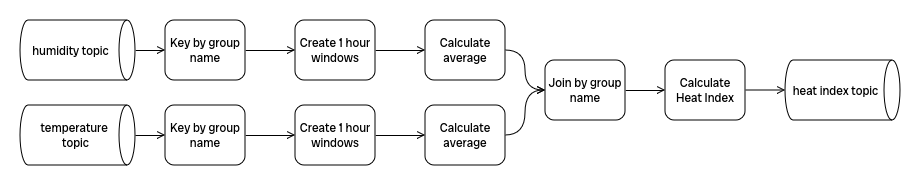
Before: images/specifica_tecnica/heat_index_flow.png, a diagram exported from draw.io (7Last/docs). Source tidied: cells renumbered, new cells last; positions are measured from the earlier drawing's top-left corner, leaving out a move shared by most shapes. Its diagram source:
```xml
<mxGraphModel>
  <root>
    <mxCell id="0" />
    <mxCell id="1" parent="0" />
    <mxCell id="2" style="edgeStyle=orthogonalEdgeStyle;rounded=0;jettySize=auto;html=1;entryX=0;entryY=0.5;entryDx=0;entryDy=0;endArrow=open;endFill=0;fontFamily=Radio Canada Big;fontSource=https%3A%2F%2Ffonts.googleapis.com%2Fcss%3Ffamily%3DRadio%2BCanada%2BBig;" parent="1" edge="1" target="6">
      <mxGeometry relative="1" as="geometry">
        <mxPoint x="115" y="58" as="sourcePoint" />
      </mxGeometry>
    </mxCell>
    <mxCell id="3" style="shape=cylinder3;whiteSpace=wrap;html=1;boundedLbl=1;backgroundOutline=1;size=8;rotation=90;fontFamily=Radio Canada Big;fontSource=https%3A%2F%2Ffonts.googleapis.com%2Fcss%3Ffamily%3DRadio%2BCanada%2BBig;" parent="1" vertex="1">
      <mxGeometry x="27.5" y="85.5" width="60" height="115" as="geometry" />
    </mxCell>
    <mxCell id="4" value="&lt;div&gt;temperature&amp;nbsp;&lt;/div&gt;&lt;div&gt;topic&lt;/div&gt;" style="text;html=1;align=center;verticalAlign=middle;strokeColor=none;fillColor=none;fontFamily=Radio Canada Big;fontSource=https%3A%2F%2Ffonts.googleapis.com%2Fcss%3Ffamily%3DRadio%2BCanada%2BBig;" parent="1" vertex="1">
      <mxGeometry x="10" y="123" width="90" height="40" as="geometry" />
    </mxCell>
    <mxCell id="5" style="edgeStyle=orthogonalEdgeStyle;shape=connector;rounded=0;jettySize=auto;html=1;exitX=1;exitY=0.5;exitDx=0;exitDy=0;strokeColor=default;align=center;verticalAlign=middle;fontFamily=Radio Canada Big;fontSize=11;fontColor=default;labelBackgroundColor=default;endArrow=open;endFill=0;fontSource=https%3A%2F%2Ffonts.googleapis.com%2Fcss%3Ffamily%3DRadio%2BCanada%2BBig;" parent="1" edge="1" source="6" target="11">
      <mxGeometry relative="1" as="geometry" />
    </mxCell>
    <mxCell id="6" value="Key by group name" style="rounded=1;whiteSpace=wrap;html=1;fontFamily=Radio Canada Big;fontSource=https%3A%2F%2Ffonts.googleapis.com%2Fcss%3Ffamily%3DRadio%2BCanada%2BBig;" parent="1" vertex="1">
      <mxGeometry x="145" y="28" width="80" height="60" as="geometry" />
    </mxCell>
    <mxCell id="7" style="edgeStyle=orthogonalEdgeStyle;rounded=0;jettySize=auto;html=1;entryX=0;entryY=0.5;entryDx=0;entryDy=0;exitX=0.5;exitY=0;exitDx=0;exitDy=0;exitPerimeter=0;endArrow=open;endFill=0;fontFamily=Radio Canada Big;fontSource=https%3A%2F%2Ffonts.googleapis.com%2Fcss%3Ffamily%3DRadio%2BCanada%2BBig;" parent="1" edge="1" source="3" target="9">
      <mxGeometry relative="1" as="geometry" />
    </mxCell>
    <mxCell id="8" style="edgeStyle=orthogonalEdgeStyle;shape=connector;rounded=0;jettySize=auto;html=1;exitX=1;exitY=0.5;exitDx=0;exitDy=0;entryX=0;entryY=0.5;entryDx=0;entryDy=0;strokeColor=default;align=center;verticalAlign=middle;fontFamily=Radio Canada Big;fontSize=11;fontColor=default;labelBackgroundColor=default;endArrow=open;endFill=0;fontSource=https%3A%2F%2Ffonts.googleapis.com%2Fcss%3Ffamily%3DRadio%2BCanada%2BBig;" parent="1" edge="1" source="9" target="13">
      <mxGeometry relative="1" as="geometry" />
    </mxCell>
    <mxCell id="9" value="Key by group name" style="rounded=1;whiteSpace=wrap;html=1;fontFamily=Radio Canada Big;fontSource=https%3A%2F%2Ffonts.googleapis.com%2Fcss%3Ffamily%3DRadio%2BCanada%2BBig;" parent="1" vertex="1">
      <mxGeometry x="145" y="113" width="80" height="60" as="geometry" />
    </mxCell>
    <mxCell id="10" style="edgeStyle=orthogonalEdgeStyle;shape=connector;rounded=0;jettySize=auto;html=1;exitX=1;exitY=0.5;exitDx=0;exitDy=0;entryX=0;entryY=0.5;entryDx=0;entryDy=0;strokeColor=default;align=center;verticalAlign=middle;fontFamily=Radio Canada Big;fontSize=11;fontColor=default;labelBackgroundColor=default;endArrow=open;endFill=0;fontSource=https%3A%2F%2Ffonts.googleapis.com%2Fcss%3Ffamily%3DRadio%2BCanada%2BBig;" parent="1" edge="1" source="11" target="15">
      <mxGeometry relative="1" as="geometry" />
    </mxCell>
    <mxCell id="11" value="Create 1 hour windows" style="rounded=1;whiteSpace=wrap;html=1;fontFamily=Radio Canada Big;fontSource=https%3A%2F%2Ffonts.googleapis.com%2Fcss%3Ffamily%3DRadio%2BCanada%2BBig;" parent="1" vertex="1">
      <mxGeometry x="275" y="28" width="80" height="60" as="geometry" />
    </mxCell>
    <mxCell id="12" style="edgeStyle=orthogonalEdgeStyle;shape=connector;rounded=0;jettySize=auto;html=1;exitX=1;exitY=0.5;exitDx=0;exitDy=0;entryX=0;entryY=0.5;entryDx=0;entryDy=0;strokeColor=default;align=center;verticalAlign=middle;fontFamily=Radio Canada Big;fontSize=11;fontColor=default;labelBackgroundColor=default;endArrow=open;endFill=0;fontSource=https%3A%2F%2Ffonts.googleapis.com%2Fcss%3Ffamily%3DRadio%2BCanada%2BBig;" parent="1" edge="1" source="13" target="17">
      <mxGeometry relative="1" as="geometry" />
    </mxCell>
    <mxCell id="13" value="Create 1 hour windows" style="rounded=1;whiteSpace=wrap;html=1;fontFamily=Radio Canada Big;fontSource=https%3A%2F%2Ffonts.googleapis.com%2Fcss%3Ffamily%3DRadio%2BCanada%2BBig;" parent="1" vertex="1">
      <mxGeometry x="275" y="113" width="80" height="60" as="geometry" />
    </mxCell>
    <mxCell id="14" style="edgeStyle=orthogonalEdgeStyle;shape=connector;rounded=0;jettySize=auto;html=1;exitX=1;exitY=0.5;exitDx=0;exitDy=0;entryX=0;entryY=0.5;entryDx=0;entryDy=0;strokeColor=default;align=center;verticalAlign=middle;fontFamily=Radio Canada Big;fontSize=11;fontColor=default;labelBackgroundColor=default;endArrow=open;endFill=0;curved=1;fontSource=https%3A%2F%2Ffonts.googleapis.com%2Fcss%3Ffamily%3DRadio%2BCanada%2BBig;" parent="1" edge="1" source="15" target="19">
      <mxGeometry relative="1" as="geometry" />
    </mxCell>
    <mxCell id="15" value="Calculate average" style="rounded=1;whiteSpace=wrap;html=1;fontFamily=Radio Canada Big;fontSource=https%3A%2F%2Ffonts.googleapis.com%2Fcss%3Ffamily%3DRadio%2BCanada%2BBig;" parent="1" vertex="1">
      <mxGeometry x="405" y="28" width="80" height="60" as="geometry" />
    </mxCell>
    <mxCell id="16" style="edgeStyle=orthogonalEdgeStyle;shape=connector;rounded=0;jettySize=auto;html=1;exitX=1;exitY=0.5;exitDx=0;exitDy=0;entryX=0;entryY=0.5;entryDx=0;entryDy=0;strokeColor=default;align=center;verticalAlign=middle;fontFamily=Radio Canada Big;fontSize=11;fontColor=default;labelBackgroundColor=default;endArrow=open;endFill=0;curved=1;fontSource=https%3A%2F%2Ffonts.googleapis.com%2Fcss%3Ffamily%3DRadio%2BCanada%2BBig;" parent="1" edge="1" source="17" target="19">
      <mxGeometry relative="1" as="geometry" />
    </mxCell>
    <mxCell id="17" value="Calculate average" style="rounded=1;whiteSpace=wrap;html=1;fontFamily=Radio Canada Big;fontSource=https%3A%2F%2Ffonts.googleapis.com%2Fcss%3Ffamily%3DRadio%2BCanada%2BBig;" parent="1" vertex="1">
      <mxGeometry x="405" y="113" width="80" height="60" as="geometry" />
    </mxCell>
    <mxCell id="18" style="edgeStyle=orthogonalEdgeStyle;shape=connector;rounded=0;jettySize=auto;html=1;exitX=1;exitY=0.5;exitDx=0;exitDy=0;entryX=0;entryY=0.5;entryDx=0;entryDy=0;strokeColor=default;align=center;verticalAlign=middle;fontFamily=Radio Canada Big;fontSize=11;fontColor=default;labelBackgroundColor=default;endArrow=open;endFill=0;fontSource=https%3A%2F%2Ffonts.googleapis.com%2Fcss%3Ffamily%3DRadio%2BCanada%2BBig;" parent="1" edge="1" source="19" target="21">
      <mxGeometry relative="1" as="geometry" />
    </mxCell>
    <mxCell id="19" value="Join by group name" style="rounded=1;whiteSpace=wrap;html=1;fontFamily=Radio Canada Big;fontSource=https%3A%2F%2Ffonts.googleapis.com%2Fcss%3Ffamily%3DRadio%2BCanada%2BBig;" parent="1" vertex="1">
      <mxGeometry x="525" y="68" width="80" height="60" as="geometry" />
    </mxCell>
    <mxCell id="20" style="edgeStyle=orthogonalEdgeStyle;shape=connector;rounded=0;jettySize=auto;html=1;exitX=1;exitY=0.5;exitDx=0;exitDy=0;entryX=0;entryY=0.5;entryDx=0;entryDy=0;strokeColor=default;align=center;verticalAlign=middle;fontFamily=Radio Canada Big;fontSize=11;fontColor=default;labelBackgroundColor=default;endArrow=open;endFill=0;fontSource=https%3A%2F%2Ffonts.googleapis.com%2Fcss%3Ffamily%3DRadio%2BCanada%2BBig;" parent="1" edge="1" source="21">
      <mxGeometry relative="1" as="geometry">
        <mxPoint x="765" y="98" as="targetPoint" />
      </mxGeometry>
    </mxCell>
    <mxCell id="21" value="Calculate Heat Index" style="rounded=1;whiteSpace=wrap;html=1;fontFamily=Radio Canada Big;fontSource=https%3A%2F%2Ffonts.googleapis.com%2Fcss%3Ffamily%3DRadio%2BCanada%2BBig;" parent="1" vertex="1">
      <mxGeometry x="645" y="68" width="80" height="60" as="geometry" />
    </mxCell>
    <mxCell id="22" style="shape=cylinder3;whiteSpace=wrap;html=1;boundedLbl=1;backgroundOutline=1;size=8;rotation=90;fontFamily=Radio Canada Big;fontSource=https%3A%2F%2Ffonts.googleapis.com%2Fcss%3Ffamily%3DRadio%2BCanada%2BBig;" parent="1" vertex="1">
      <mxGeometry x="27.5" y="0.5" width="60" height="115" as="geometry" />
    </mxCell>
    <mxCell id="23" value="humidity topic" style="text;html=1;align=center;verticalAlign=middle;strokeColor=none;fillColor=none;fontFamily=Radio Canada Big;fontSource=https%3A%2F%2Ffonts.googleapis.com%2Fcss%3Ffamily%3DRadio%2BCanada%2BBig;" parent="1" vertex="1">
      <mxGeometry y="43" width="100" height="30" as="geometry" />
    </mxCell>
    <mxCell id="24" style="shape=cylinder3;whiteSpace=wrap;html=1;boundedLbl=1;backgroundOutline=1;size=8;rotation=90;fontFamily=Radio Canada Big;fontSource=https%3A%2F%2Ffonts.googleapis.com%2Fcss%3Ffamily%3DRadio%2BCanada%2BBig;" parent="1" vertex="1">
      <mxGeometry x="792.5" y="40.5" width="60" height="115" as="geometry" />
    </mxCell>
    <mxCell id="25" value="heat index topic" style="text;html=1;align=center;verticalAlign=middle;strokeColor=none;fillColor=none;fontFamily=Radio Canada Big;fontSource=https%3A%2F%2Ffonts.googleapis.com%2Fcss%3Ffamily%3DRadio%2BCanada%2BBig;" parent="1" vertex="1">
      <mxGeometry x="760" y="83" width="110" height="30" as="geometry" />
    </mxCell>
  </root>
</mxGraphModel>
```
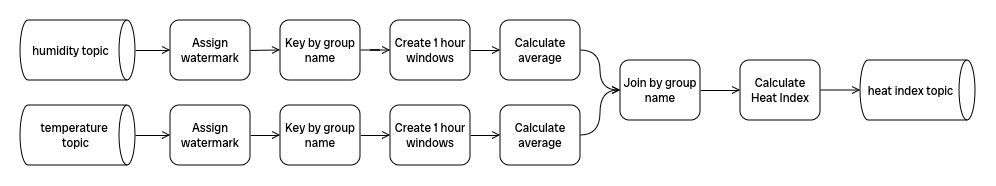
Later version of the same file.

Change to the diagram source:
```diff
@@ -8,37 +8,37 @@
       </mxGeometry>
     </mxCell>
     <mxCell id="3" style="shape=cylinder3;whiteSpace=wrap;html=1;boundedLbl=1;backgroundOutline=1;size=8;rotation=90;fontFamily=Radio Canada Big;fontSource=https%3A%2F%2Ffonts.googleapis.com%2Fcss%3Ffamily%3DRadio%2BCanada%2BBig;" parent="1" vertex="1">
-      <mxGeometry x="27.5" y="85.5" width="60" height="115" as="geometry" />
+      <mxGeometry x="-47.5" y="85.5" width="60" height="115" as="geometry" />
     </mxCell>
     <mxCell id="4" value="&lt;div&gt;temperature&amp;nbsp;&lt;/div&gt;&lt;div&gt;topic&lt;/div&gt;" style="text;html=1;align=center;verticalAlign=middle;strokeColor=none;fillColor=none;fontFamily=Radio Canada Big;fontSource=https%3A%2F%2Ffonts.googleapis.com%2Fcss%3Ffamily%3DRadio%2BCanada%2BBig;" parent="1" vertex="1">
-      <mxGeometry x="10" y="123" width="90" height="40" as="geometry" />
+      <mxGeometry x="-65" y="123" width="90" height="40" as="geometry" />
     </mxCell>
     <mxCell id="5" style="edgeStyle=orthogonalEdgeStyle;shape=connector;rounded=0;jettySize=auto;html=1;exitX=1;exitY=0.5;exitDx=0;exitDy=0;strokeColor=default;align=center;verticalAlign=middle;fontFamily=Radio Canada Big;fontSize=11;fontColor=default;labelBackgroundColor=default;endArrow=open;endFill=0;fontSource=https%3A%2F%2Ffonts.googleapis.com%2Fcss%3Ffamily%3DRadio%2BCanada%2BBig;" parent="1" edge="1" source="6" target="11">
       <mxGeometry relative="1" as="geometry" />
     </mxCell>
     <mxCell id="6" value="Key by group name" style="rounded=1;whiteSpace=wrap;html=1;fontFamily=Radio Canada Big;fontSource=https%3A%2F%2Ffonts.googleapis.com%2Fcss%3Ffamily%3DRadio%2BCanada%2BBig;" parent="1" vertex="1">
-      <mxGeometry x="145" y="28" width="80" height="60" as="geometry" />
+      <mxGeometry x="185" y="28" width="80" height="60" as="geometry" />
     </mxCell>
-    <mxCell id="7" style="edgeStyle=orthogonalEdgeStyle;rounded=0;jettySize=auto;html=1;entryX=0;entryY=0.5;entryDx=0;entryDy=0;exitX=0.5;exitY=0;exitDx=0;exitDy=0;exitPerimeter=0;endArrow=open;endFill=0;fontFamily=Radio Canada Big;fontSource=https%3A%2F%2Ffonts.googleapis.com%2Fcss%3Ffamily%3DRadio%2BCanada%2BBig;" parent="1" edge="1" source="3" target="9">
+    <mxCell id="7" style="edgeStyle=orthogonalEdgeStyle;rounded=0;jettySize=auto;html=1;entryX=0;entryY=0.5;entryDx=0;entryDy=0;exitX=0.5;exitY=0;exitDx=0;exitDy=0;exitPerimeter=0;endArrow=open;endFill=0;fontFamily=Radio Canada Big;fontSource=https%3A%2F%2Ffonts.googleapis.com%2Fcss%3Ffamily%3DRadio%2BCanada%2BBig;" parent="1" edge="1" source="3" target="29">
       <mxGeometry relative="1" as="geometry" />
     </mxCell>
     <mxCell id="8" style="edgeStyle=orthogonalEdgeStyle;shape=connector;rounded=0;jettySize=auto;html=1;exitX=1;exitY=0.5;exitDx=0;exitDy=0;entryX=0;entryY=0.5;entryDx=0;entryDy=0;strokeColor=default;align=center;verticalAlign=middle;fontFamily=Radio Canada Big;fontSize=11;fontColor=default;labelBackgroundColor=default;endArrow=open;endFill=0;fontSource=https%3A%2F%2Ffonts.googleapis.com%2Fcss%3Ffamily%3DRadio%2BCanada%2BBig;" parent="1" edge="1" source="9" target="13">
       <mxGeometry relative="1" as="geometry" />
     </mxCell>
     <mxCell id="9" value="Key by group name" style="rounded=1;whiteSpace=wrap;html=1;fontFamily=Radio Canada Big;fontSource=https%3A%2F%2Ffonts.googleapis.com%2Fcss%3Ffamily%3DRadio%2BCanada%2BBig;" parent="1" vertex="1">
-      <mxGeometry x="145" y="113" width="80" height="60" as="geometry" />
+      <mxGeometry x="185" y="113" width="80" height="60" as="geometry" />
     </mxCell>
     <mxCell id="10" style="edgeStyle=orthogonalEdgeStyle;shape=connector;rounded=0;jettySize=auto;html=1;exitX=1;exitY=0.5;exitDx=0;exitDy=0;entryX=0;entryY=0.5;entryDx=0;entryDy=0;strokeColor=default;align=center;verticalAlign=middle;fontFamily=Radio Canada Big;fontSize=11;fontColor=default;labelBackgroundColor=default;endArrow=open;endFill=0;fontSource=https%3A%2F%2Ffonts.googleapis.com%2Fcss%3Ffamily%3DRadio%2BCanada%2BBig;" parent="1" edge="1" source="11" target="15">
       <mxGeometry relative="1" as="geometry" />
     </mxCell>
     <mxCell id="11" value="Create 1 hour windows" style="rounded=1;whiteSpace=wrap;html=1;fontFamily=Radio Canada Big;fontSource=https%3A%2F%2Ffonts.googleapis.com%2Fcss%3Ffamily%3DRadio%2BCanada%2BBig;" parent="1" vertex="1">
-      <mxGeometry x="275" y="28" width="80" height="60" as="geometry" />
+      <mxGeometry x="295" y="28" width="80" height="60" as="geometry" />
     </mxCell>
     <mxCell id="12" style="edgeStyle=orthogonalEdgeStyle;shape=connector;rounded=0;jettySize=auto;html=1;exitX=1;exitY=0.5;exitDx=0;exitDy=0;entryX=0;entryY=0.5;entryDx=0;entryDy=0;strokeColor=default;align=center;verticalAlign=middle;fontFamily=Radio Canada Big;fontSize=11;fontColor=default;labelBackgroundColor=default;endArrow=open;endFill=0;fontSource=https%3A%2F%2Ffonts.googleapis.com%2Fcss%3Ffamily%3DRadio%2BCanada%2BBig;" parent="1" edge="1" source="13" target="17">
       <mxGeometry relative="1" as="geometry" />
     </mxCell>
     <mxCell id="13" value="Create 1 hour windows" style="rounded=1;whiteSpace=wrap;html=1;fontFamily=Radio Canada Big;fontSource=https%3A%2F%2Ffonts.googleapis.com%2Fcss%3Ffamily%3DRadio%2BCanada%2BBig;" parent="1" vertex="1">
-      <mxGeometry x="275" y="113" width="80" height="60" as="geometry" />
+      <mxGeometry x="295" y="113" width="80" height="60" as="geometry" />
     </mxCell>
     <mxCell id="14" style="edgeStyle=orthogonalEdgeStyle;shape=connector;rounded=0;jettySize=auto;html=1;exitX=1;exitY=0.5;exitDx=0;exitDy=0;entryX=0;entryY=0.5;entryDx=0;entryDy=0;strokeColor=default;align=center;verticalAlign=middle;fontFamily=Radio Canada Big;fontSize=11;fontColor=default;labelBackgroundColor=default;endArrow=open;endFill=0;curved=1;fontSource=https%3A%2F%2Ffonts.googleapis.com%2Fcss%3Ffamily%3DRadio%2BCanada%2BBig;" parent="1" edge="1" source="15" target="19">
       <mxGeometry relative="1" as="geometry" />
@@ -66,11 +66,14 @@
     <mxCell id="21" value="Calculate Heat Index" style="rounded=1;whiteSpace=wrap;html=1;fontFamily=Radio Canada Big;fontSource=https%3A%2F%2Ffonts.googleapis.com%2Fcss%3Ffamily%3DRadio%2BCanada%2BBig;" parent="1" vertex="1">
       <mxGeometry x="645" y="68" width="80" height="60" as="geometry" />
     </mxCell>
+    <mxCell id="26" style="edgeStyle=orthogonalEdgeStyle;rounded=0;jettySize=auto;html=1;exitX=0.5;exitY=0;exitDx=0;exitDy=0;exitPerimeter=0;entryX=0;entryY=0.5;entryDx=0;entryDy=0;strokeColor=default;align=center;verticalAlign=middle;fontFamily=Radio Canada Big;fontSource=https%3A%2F%2Ffonts.googleapis.com%2Fcss%3Ffamily%3DRadio%2BCanada%2BBig;fontSize=11;fontColor=default;labelBackgroundColor=default;endArrow=open;endFill=0;" parent="1" edge="1" source="22" target="27">
+      <mxGeometry relative="1" as="geometry" />
+    </mxCell>
     <mxCell id="22" style="shape=cylinder3;whiteSpace=wrap;html=1;boundedLbl=1;backgroundOutline=1;size=8;rotation=90;fontFamily=Radio Canada Big;fontSource=https%3A%2F%2Ffonts.googleapis.com%2Fcss%3Ffamily%3DRadio%2BCanada%2BBig;" parent="1" vertex="1">
-      <mxGeometry x="27.5" y="0.5" width="60" height="115" as="geometry" />
+      <mxGeometry x="-47.5" y="0.5" width="60" height="115" as="geometry" />
     </mxCell>
     <mxCell id="23" value="humidity topic" style="text;html=1;align=center;verticalAlign=middle;strokeColor=none;fillColor=none;fontFamily=Radio Canada Big;fontSource=https%3A%2F%2Ffonts.googleapis.com%2Fcss%3Ffamily%3DRadio%2BCanada%2BBig;" parent="1" vertex="1">
-      <mxGeometry y="43" width="100" height="30" as="geometry" />
+      <mxGeometry x="-75" y="43" width="100" height="30" as="geometry" />
     </mxCell>
     <mxCell id="24" style="shape=cylinder3;whiteSpace=wrap;html=1;boundedLbl=1;backgroundOutline=1;size=8;rotation=90;fontFamily=Radio Canada Big;fontSource=https%3A%2F%2Ffonts.googleapis.com%2Fcss%3Ffamily%3DRadio%2BCanada%2BBig;" parent="1" vertex="1">
       <mxGeometry x="792.5" y="40.5" width="60" height="115" as="geometry" />
@@ -78,5 +81,14 @@
     <mxCell id="25" value="heat index topic" style="text;html=1;align=center;verticalAlign=middle;strokeColor=none;fillColor=none;fontFamily=Radio Canada Big;fontSource=https%3A%2F%2Ffonts.googleapis.com%2Fcss%3Ffamily%3DRadio%2BCanada%2BBig;" parent="1" vertex="1">
       <mxGeometry x="760" y="83" width="110" height="30" as="geometry" />
     </mxCell>
+    <mxCell id="27" value="Assign watermark" style="rounded=1;whiteSpace=wrap;html=1;fontFamily=Radio Canada Big;fontSource=https%3A%2F%2Ffonts.googleapis.com%2Fcss%3Ffamily%3DRadio%2BCanada%2BBig;" parent="1" vertex="1">
+      <mxGeometry x="75" y="28" width="80" height="60" as="geometry" />
+    </mxCell>
+    <mxCell id="28" style="edgeStyle=orthogonalEdgeStyle;rounded=0;jettySize=auto;html=1;exitX=1;exitY=0.5;exitDx=0;exitDy=0;entryX=0;entryY=0.5;entryDx=0;entryDy=0;strokeColor=default;align=center;verticalAlign=middle;fontFamily=Radio Canada Big;fontSource=https%3A%2F%2Ffonts.googleapis.com%2Fcss%3Ffamily%3DRadio%2BCanada%2BBig;fontSize=11;fontColor=default;labelBackgroundColor=default;endArrow=open;endFill=0;" parent="1" edge="1" source="29" target="9">
+      <mxGeometry relative="1" as="geometry" />
+    </mxCell>
+    <mxCell id="29" value="Assign watermark" style="rounded=1;whiteSpace=wrap;html=1;fontFamily=Radio Canada Big;fontSource=https%3A%2F%2Ffonts.googleapis.com%2Fcss%3Ffamily%3DRadio%2BCanada%2BBig;" parent="1" vertex="1">
+      <mxGeometry x="75" y="113" width="80" height="60" as="geometry" />
+    </mxCell>
   </root>
 </mxGraphModel>
```
